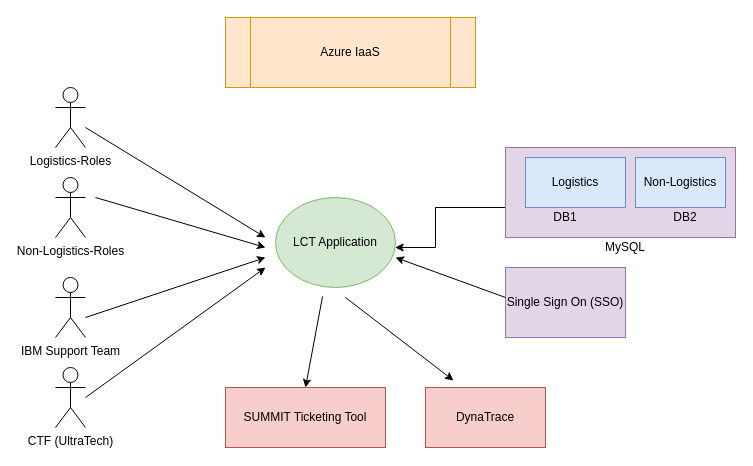
Before: page "Page-4" (4 of 4) of LCT.drawio in jmamatha/Playbooks, a draw.io diagram. Source tidied: cells renumbered, new cells numbered last; positions are measured from the earlier drawing's top-left corner, leaving out a move shared by most shapes. Both pictures are drawn from the tidied source at 100%, with x=0, y=0 at pixel (55, 17).
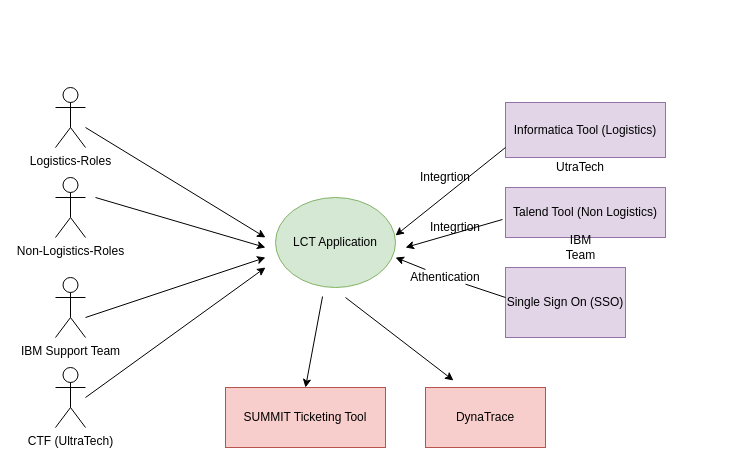
The same page after the edit.

Unchanged cells that the change refers to:
```xml
<mxCell id="18" value="LCT Application" style="ellipse;whiteSpace=wrap;html=1;fillColor=#d5e8d4;strokeColor=#82b366;" parent="1" vertex="1">
  <mxGeometry x="220" y="180" width="120" height="90" as="geometry" />
</mxCell>
```

Change to the diagram source:
```diff
@@
-    <mxCell id="10" style="edgeStyle=orthogonalEdgeStyle;rounded=0;jettySize=auto;html=1;exitX=0;exitY=0.5;exitDx=0;exitDy=0;" parent="1" edge="1" source="11" target="18">
-      <mxGeometry relative="1" as="geometry">
-        <Array as="points">
-          <mxPoint x="460" y="190" />
-          <mxPoint x="380" y="190" />
-          <mxPoint x="380" y="230" />
-        </Array>
-      </mxGeometry>
-    </mxCell>
-    <mxCell id="11" style="rounded=0;whiteSpace=wrap;html=1;fillColor=#e1d5e7;strokeColor=#9673a6;" parent="1" vertex="1">
-      <mxGeometry x="450" y="130" width="230" height="90" as="geometry" />
+    <mxCell id="11" value="Informatica Tool (Logistics)" style="rounded=0;whiteSpace=wrap;html=1;fillColor=#e1d5e7;strokeColor=#9673a6;" parent="1" vertex="1">
+      <mxGeometry x="450" y="85" width="160" height="55" as="geometry" />
     </mxCell>
-    <mxCell id="12" value="MySQL" style="text;html=1;strokeColor=none;fillColor=none;align=center;verticalAlign=middle;whiteSpace=wrap;rounded=0;" parent="1" vertex="1">
-      <mxGeometry x="550" y="220" width="40" height="20" as="geometry" />
-    </mxCell>
-    <mxCell id="13" value="Logistics" style="rounded=0;whiteSpace=wrap;html=1;fillColor=#dae8fc;strokeColor=#6c8ebf;" parent="1" vertex="1">
-      <mxGeometry x="470" y="140" width="100" height="50" as="geometry" />
-    </mxCell>
-    <mxCell id="14" value="DB1" style="text;html=1;strokeColor=none;fillColor=none;align=center;verticalAlign=middle;whiteSpace=wrap;rounded=0;" parent="1" vertex="1">
-      <mxGeometry x="490" y="190" width="40" height="20" as="geometry" />
-    </mxCell>
-    <mxCell id="15" value="DB2" style="text;html=1;strokeColor=none;fillColor=none;align=center;verticalAlign=middle;whiteSpace=wrap;rounded=0;" parent="1" vertex="1">
-      <mxGeometry x="610" y="190" width="40" height="20" as="geometry" />
-    </mxCell>
-    <mxCell id="16" value="Non-Logistics" style="rounded=0;whiteSpace=wrap;html=1;fillColor=#dae8fc;strokeColor=#6c8ebf;" parent="1" vertex="1">
-      <mxGeometry x="580" y="140" width="90" height="50" as="geometry" />
-    </mxCell>
@@
-    <mxCell id="21" style="endArrow=classic;html=1;" parent="1" edge="1">
+    <mxCell id="21" style="endArrow=classic;html=1;startArrow=none;" parent="1" edge="1" source="32">
       <mxGeometry relative="1" as="geometry">
-        <mxPoint x="450" y="280" as="sourcePoint" />
         <mxPoint x="340" y="240" as="targetPoint" />
       </mxGeometry>
     </mxCell>
@@
-    <mxCell id="24" value="Azure IaaS" style="shape=process;whiteSpace=wrap;html=1;backgroundOutline=1;fillColor=#ffe6cc;strokeColor=#d79b00;" parent="1" vertex="1">
-      <mxGeometry x="170" width="250" height="70" as="geometry" />
-    </mxCell>
+    <mxCell id="25" style="endArrow=classic;html=1;entryX=1;entryY=0.422;entryDx=0;entryDy=0;entryPerimeter=0;" parent="1" edge="1" target="18">
+      <mxGeometry relative="1" as="geometry">
+        <mxPoint x="450" y="130" as="sourcePoint" />
+      </mxGeometry>
+    </mxCell>
+    <mxCell id="26" value="UtraTech" style="text;html=1;strokeColor=none;fillColor=none;align=center;verticalAlign=middle;whiteSpace=wrap;rounded=0;" parent="1" vertex="1">
+      <mxGeometry x="490" y="140" width="70" height="20" as="geometry" />
+    </mxCell>
+    <mxCell id="27" value="Talend Tool (Non Logistics)" style="rounded=0;whiteSpace=wrap;html=1;fillColor=#e1d5e7;strokeColor=#9673a6;" parent="1" vertex="1">
+      <mxGeometry x="450" y="170" width="160" height="50" as="geometry" />
+    </mxCell>
+    <mxCell id="28" value="IBM Team" style="text;html=1;strokeColor=none;fillColor=none;align=center;verticalAlign=middle;whiteSpace=wrap;rounded=0;" parent="1" vertex="1">
+      <mxGeometry x="497.5" y="220" width="55" height="20" as="geometry" />
+    </mxCell>
+    <mxCell id="29" value="Integrtion" style="text;html=1;strokeColor=none;fillColor=none;align=center;verticalAlign=middle;whiteSpace=wrap;rounded=0;" parent="1" vertex="1">
+      <mxGeometry x="370" y="150" width="40" height="20" as="geometry" />
+    </mxCell>
+    <mxCell id="30" style="endArrow=classic;html=1;exitX=-0.019;exitY=0.64;exitDx=0;exitDy=0;exitPerimeter=0;" parent="1" edge="1" source="27">
+      <mxGeometry relative="1" as="geometry">
+        <mxPoint x="350" y="230" as="targetPoint" />
+      </mxGeometry>
+    </mxCell>
+    <mxCell id="31" value="Integrtion" style="text;html=1;strokeColor=none;fillColor=none;align=center;verticalAlign=middle;whiteSpace=wrap;rounded=0;" parent="1" vertex="1">
+      <mxGeometry x="380" y="200" width="40" height="20" as="geometry" />
+    </mxCell>
+    <mxCell id="32" value="Athentication" style="text;html=1;strokeColor=none;fillColor=none;align=center;verticalAlign=middle;whiteSpace=wrap;rounded=0;" parent="1" vertex="1">
+      <mxGeometry x="370" y="250" width="40" height="20" as="geometry" />
+    </mxCell>
+    <mxCell id="33" style="endArrow=none;html=1;" parent="1" edge="1" target="32">
+      <mxGeometry relative="1" as="geometry">
+        <mxPoint x="450" y="280" as="sourcePoint" />
+      </mxGeometry>
+    </mxCell>
```
